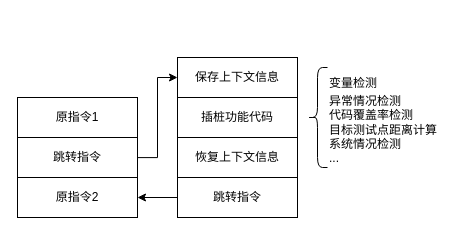
Earlier version of the draw.io diagram 代码插桩.drawio (Adam-01/diagrams). Source tidied: cells renumbered, new cells numbered last; positions are measured from the earlier drawing's top-left corner, leaving out a move shared by most shapes. Both pictures are drawn from the tidied source at 100%, with x=0, y=0 at pixel (17, 57).
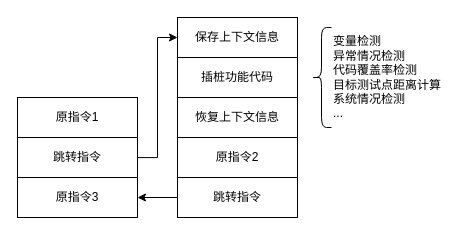
After the change.

Commit message:
更新代码插桩.drawio

Diff of the diagram source:
```diff
@@
 <mxGraphModel>
   <root>
     <mxCell id="0" />
     <mxCell id="1" parent="0" />
     <mxCell id="2" value="原指令1" style="rounded=0;whiteSpace=wrap;html=1;fontFamily=宋体;" parent="1" vertex="1">
       <mxGeometry y="40" width="120" height="40" as="geometry" />
     </mxCell>
     <mxCell id="3" style="edgeStyle=orthogonalEdgeStyle;rounded=0;jettySize=auto;html=1;entryX=0;entryY=0.5;entryDx=0;entryDy=0;fontFamily=宋体;" parent="1" edge="1" target="6">
       <mxGeometry relative="1" as="geometry">
         <mxPoint x="120" y="100.1" as="sourcePoint" />
         <Array as="points">
           <mxPoint x="140" y="100" />
-          <mxPoint x="140" y="20" />
+          <mxPoint x="140" y="-20" />
         </Array>
       </mxGeometry>
     </mxCell>
     <mxCell id="4" value="跳转指令" style="rounded=0;whiteSpace=wrap;html=1;fontFamily=宋体;" parent="1" vertex="1">
       <mxGeometry y="80" width="120" height="40" as="geometry" />
     </mxCell>
-    <mxCell id="5" value="原指令2" style="rounded=0;whiteSpace=wrap;html=1;fontFamily=宋体;" parent="1" vertex="1">
+    <mxCell id="5" value="原指令3" style="rounded=0;whiteSpace=wrap;html=1;fontFamily=宋体;" parent="1" vertex="1">
       <mxGeometry y="120" width="120" height="40" as="geometry" />
     </mxCell>
     <mxCell id="6" value="保存上下文信息" style="rounded=0;whiteSpace=wrap;html=1;fontFamily=宋体;" parent="1" vertex="1">
-      <mxGeometry x="160" width="120" height="40" as="geometry" />
+      <mxGeometry x="160" y="-40" width="120" height="40" as="geometry" />
     </mxCell>
     <mxCell id="7" value="插桩功能代码" style="rounded=0;whiteSpace=wrap;html=1;fontFamily=宋体;" parent="1" vertex="1">
-      <mxGeometry x="160" y="40" width="120" height="40" as="geometry" />
+      <mxGeometry x="160" width="120" height="40" as="geometry" />
     </mxCell>
     <mxCell id="8" value="恢复上下文信息" style="rounded=0;whiteSpace=wrap;html=1;fontFamily=宋体;" parent="1" vertex="1">
-      <mxGeometry x="160" y="80" width="120" height="40" as="geometry" />
+      <mxGeometry x="160" y="40" width="120" height="40" as="geometry" />
     </mxCell>
     <mxCell id="9" style="edgeStyle=orthogonalEdgeStyle;rounded=0;jettySize=auto;html=1;fontFamily=宋体;" parent="1" edge="1" source="10" target="5">
       <mxGeometry relative="1" as="geometry" />
     </mxCell>
     <mxCell id="10" value="跳转指令" style="rounded=0;whiteSpace=wrap;html=1;fontFamily=宋体;" parent="1" vertex="1">
       <mxGeometry x="160" y="120" width="120" height="40" as="geometry" />
     </mxCell>
     <mxCell id="11" style="shape=curlyBracket;whiteSpace=wrap;html=1;rounded=1;labelPosition=left;verticalLabelPosition=middle;align=right;verticalAlign=middle;size=0.5;" parent="1" vertex="1">
-      <mxGeometry x="290" y="10" width="20" height="100" as="geometry" />
+      <mxGeometry x="294" y="-30" width="20" height="100" as="geometry" />
     </mxCell>
-    <mxCell id="12" value="&lt;font face=&quot;宋体&quot; style=&quot;font-size: 12px; font-weight: normal;&quot;&gt;变量检测&lt;/font&gt;&lt;div style=&quot;font-size: 12px;&quot;&gt;&lt;font face=&quot;宋体&quot; style=&quot;font-size: 12px; font-weight: normal;&quot;&gt;异常情况检测&lt;/font&gt;&lt;/div&gt;&lt;div style=&quot;font-size: 12px;&quot;&gt;&lt;font face=&quot;宋体&quot; style=&quot;font-size: 12px; font-weight: normal;&quot;&gt;代码覆盖率检测&lt;/font&gt;&lt;/div&gt;&lt;div style=&quot;font-size: 12px;&quot;&gt;&lt;font face=&quot;宋体&quot; style=&quot;font-size: 12px; font-weight: normal;&quot;&gt;目标测试点距离计算&lt;/font&gt;&lt;/div&gt;&lt;div style=&quot;font-size: 12px;&quot;&gt;&lt;font face=&quot;宋体&quot;&gt;&lt;span style=&quot;font-weight: 400;&quot;&gt;系统情况检测&lt;/span&gt;&lt;/font&gt;&lt;/div&gt;&lt;div style=&quot;font-size: 12px;&quot;&gt;&lt;font face=&quot;宋体&quot;&gt;&lt;span style=&quot;font-weight: 400;&quot;&gt;...&lt;/span&gt;&lt;/font&gt;&lt;/div&gt;&lt;div style=&quot;font-size: 12px;&quot;&gt;&lt;br style=&quot;font-family: 宋体; font-size: 12px; font-weight: 400;&quot;&gt;&lt;/div&gt;" style="text;strokeColor=none;fillColor=none;html=1;fontSize=24;fontStyle=1;verticalAlign=middle;align=left;" parent="1" vertex="1">
-      <mxGeometry x="310" y="30" width="100" height="70" as="geometry" />
+    <mxCell id="12" value="&lt;div style=&quot;font-size: 12px;&quot;&gt;&lt;span style=&quot;font-family: 宋体; font-weight: 400;&quot;&gt;变量检测&lt;/span&gt;&lt;font face=&quot;宋体&quot; style=&quot;font-size: 12px; font-weight: normal;&quot;&gt;&lt;br&gt;&lt;/font&gt;&lt;/div&gt;&lt;div style=&quot;font-size: 12px;&quot;&gt;&lt;font face=&quot;宋体&quot; style=&quot;font-size: 12px; font-weight: normal;&quot;&gt;异常情况检测&lt;/font&gt;&lt;/div&gt;&lt;div style=&quot;font-size: 12px;&quot;&gt;&lt;font face=&quot;宋体&quot; style=&quot;font-size: 12px; font-weight: normal;&quot;&gt;代码覆盖率检测&lt;/font&gt;&lt;/div&gt;&lt;div style=&quot;font-size: 12px;&quot;&gt;&lt;font face=&quot;宋体&quot; style=&quot;font-size: 12px; font-weight: normal;&quot;&gt;目标测试点距离计算&lt;/font&gt;&lt;/div&gt;&lt;div style=&quot;font-size: 12px;&quot;&gt;&lt;font face=&quot;宋体&quot;&gt;&lt;span style=&quot;font-weight: 400;&quot;&gt;系统情况检测&lt;/span&gt;&lt;/font&gt;&lt;/div&gt;&lt;div style=&quot;font-size: 12px;&quot;&gt;&lt;font face=&quot;宋体&quot;&gt;&lt;span style=&quot;font-weight: 400;&quot;&gt;...&lt;/span&gt;&lt;/font&gt;&lt;/div&gt;" style="text;strokeColor=none;fillColor=none;html=1;fontSize=24;fontStyle=1;verticalAlign=middle;align=left;" parent="1" vertex="1">
+      <mxGeometry x="314" y="-15" width="100" height="70" as="geometry" />
     </mxCell>
+    <mxCell id="13" value="原指令2" style="rounded=0;whiteSpace=wrap;html=1;fontFamily=宋体;" parent="1" vertex="1">
+      <mxGeometry x="160" y="80" width="120" height="40" as="geometry" />
+    </mxCell>
   </root>
 </mxGraphModel>
```
